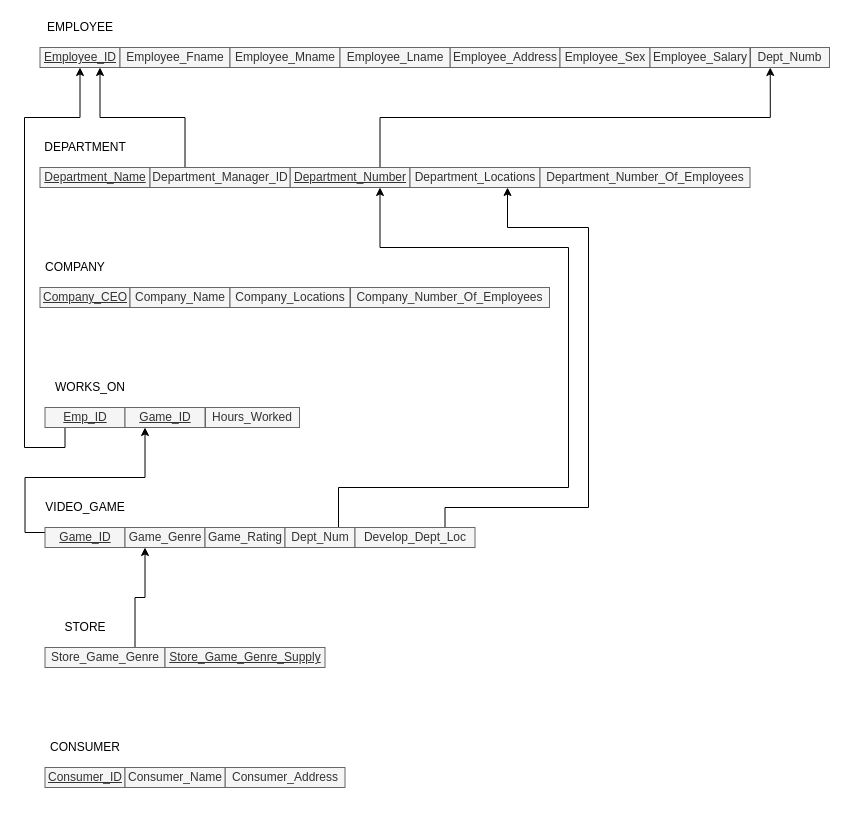
Above: page "DB_Schema" (2 of 2) of Computer_Science_CS/4700_Database_Management/Database Management Project Enitity Relationship Diagram.drawio in CameronWFox/College_Courses (draw.io), before the change. Source tidied: cells renumbered, new cells numbered last; positions are measured from the earlier drawing's top-left corner, leaving out a move shared by most shapes. Both pictures are drawn from the tidied source at 100%, with x=0, y=0 at pixel (24, 17).
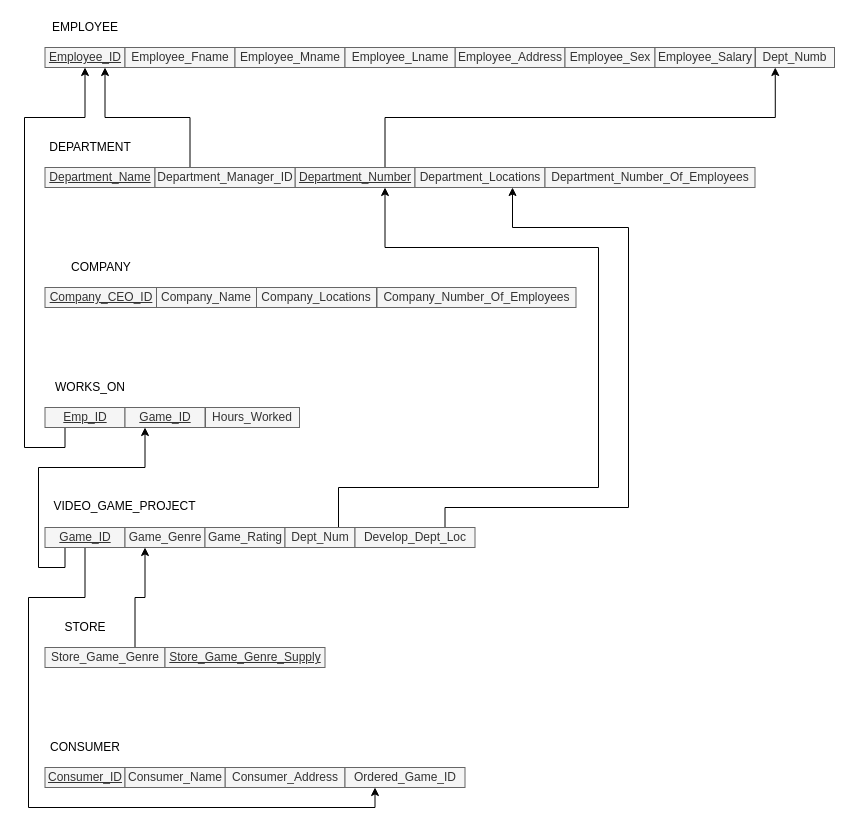
The same diagram, later.

Unchanged cells that the change refers to:
```xml
<mxCell id="11" value="Game_ID" style="text;html=1;align=center;verticalAlign=middle;whiteSpace=wrap;rounded=0;fillColor=#f5f5f5;strokeColor=#666666;fontColor=#333333;fontStyle=4;" parent="1" vertex="1">
  <mxGeometry x="20.5" y="510" width="80" height="20" as="geometry" />
</mxCell>
<mxCell id="36" value="Emp_ID" style="text;html=1;align=center;verticalAlign=middle;whiteSpace=wrap;rounded=0;fillColor=#f5f5f5;strokeColor=#666666;fontColor=#333333;fontStyle=4;" parent="1" vertex="1">
  <mxGeometry x="20.5" y="390" width="80" height="20" as="geometry" />
</mxCell>
<mxCell id="37" value="Game_ID" style="text;html=1;align=center;verticalAlign=middle;whiteSpace=wrap;rounded=0;fillColor=#f5f5f5;strokeColor=#666666;fontColor=#333333;fontStyle=4;" parent="1" vertex="1">
  <mxGeometry x="100.5" y="390" width="80" height="20" as="geometry" />
</mxCell>
<mxCell id="39" value="Dept_Num" style="text;html=1;align=center;verticalAlign=middle;whiteSpace=wrap;rounded=0;fillColor=#f5f5f5;strokeColor=#666666;fontColor=#333333;fontStyle=0;" parent="1" vertex="1">
  <mxGeometry x="260.5" y="510" width="70" height="20" as="geometry" />
</mxCell>
<mxCell id="41" value="Develop_Dept_Loc" style="text;html=1;align=center;verticalAlign=middle;whiteSpace=wrap;rounded=0;fillColor=#f5f5f5;strokeColor=#666666;fontColor=#333333;" parent="1" vertex="1">
  <mxGeometry x="330.5" y="510" width="120" height="20" as="geometry" />
</mxCell>
```

Change to the diagram source:
```diff
@@
     <mxCell id="2" value="DEPARTMENT" style="text;html=1;strokeColor=none;fillColor=none;align=center;verticalAlign=middle;whiteSpace=wrap;rounded=0;" parent="1" vertex="1">
-      <mxGeometry x="15.5" y="120" width="90" height="20" as="geometry" />
+      <mxGeometry x="20.5" y="120" width="90" height="20" as="geometry" />
     </mxCell>
     <mxCell id="3" value="EMPLOYEE" style="text;html=1;strokeColor=none;fillColor=none;align=center;verticalAlign=middle;whiteSpace=wrap;rounded=0;" parent="1" vertex="1">
-      <mxGeometry x="15.5" width="80" height="20" as="geometry" />
+      <mxGeometry x="20.5" width="80" height="20" as="geometry" />
     </mxCell>
     <mxCell id="4" value="COMPANY" style="text;html=1;strokeColor=none;fillColor=none;align=center;verticalAlign=middle;whiteSpace=wrap;rounded=0;" parent="1" vertex="1">
-      <mxGeometry x="15.5" y="240" width="70" height="20" as="geometry" />
+      <mxGeometry x="42" y="240" width="70" height="20" as="geometry" />
     </mxCell>
-    <mxCell id="5" value="VIDEO_GAME" style="text;html=1;strokeColor=none;fillColor=none;align=center;verticalAlign=middle;whiteSpace=wrap;rounded=0;" parent="1" vertex="1">
-      <mxGeometry x="15.5" y="480" width="90" height="20" as="geometry" />
+    <mxCell id="5" value="VIDEO_GAME_PROJECT" style="text;html=1;strokeColor=none;fillColor=none;align=center;verticalAlign=middle;whiteSpace=wrap;rounded=0;" parent="1" vertex="1">
+      <mxGeometry x="20.5" y="479" width="159" height="20" as="geometry" />
     </mxCell>
@@
     <mxCell id="7" value="Employee_ID" style="text;html=1;align=center;verticalAlign=middle;whiteSpace=wrap;rounded=0;fillColor=#f5f5f5;strokeColor=#666666;fontColor=#333333;fontStyle=4;" parent="1" vertex="1">
-      <mxGeometry x="15.5" y="30" width="80" height="20" as="geometry" />
+      <mxGeometry x="20.5" y="30" width="80" height="20" as="geometry" />
     </mxCell>
     <mxCell id="8" value="Department_Name" style="text;html=1;align=center;verticalAlign=middle;whiteSpace=wrap;rounded=0;fillColor=#f5f5f5;strokeColor=#666666;fontColor=#333333;fontStyle=4;" parent="1" vertex="1">
-      <mxGeometry x="15.5" y="150" width="110" height="20" as="geometry" />
+      <mxGeometry x="20.5" y="150" width="110" height="20" as="geometry" />
     </mxCell>
-    <mxCell id="9" value="Company_CEO" style="text;html=1;align=center;verticalAlign=middle;whiteSpace=wrap;rounded=0;fillColor=#f5f5f5;strokeColor=#666666;fontColor=#333333;fontStyle=4;" parent="1" vertex="1">
-      <mxGeometry x="15.5" y="270" width="90" height="20" as="geometry" />
+    <mxCell id="9" value="Company_CEO_ID" style="text;html=1;align=center;verticalAlign=middle;whiteSpace=wrap;rounded=0;fillColor=#f5f5f5;strokeColor=#666666;fontColor=#333333;fontStyle=4;" parent="1" vertex="1">
+      <mxGeometry x="20.5" y="270" width="112" height="20" as="geometry" />
     </mxCell>
+    <mxCell id="46" style="edgeStyle=orthogonalEdgeStyle;rounded=0;jettySize=auto;html=1;exitX=0.5;exitY=1;exitDx=0;exitDy=0;entryX=0.25;entryY=1;entryDx=0;entryDy=0;startArrow=none;startFill=0;endArrow=classic;endFill=1;" parent="1" edge="1" source="11" target="47">
+      <mxGeometry relative="1" as="geometry">
+        <Array as="points">
+          <mxPoint x="60" y="580" />
+          <mxPoint x="4" y="580" />
+          <mxPoint x="4" y="790" />
+          <mxPoint x="351" y="790" />
+        </Array>
+      </mxGeometry>
+    </mxCell>
-    <mxCell id="10" style="edgeStyle=orthogonalEdgeStyle;rounded=0;jettySize=auto;html=1;exitX=0;exitY=0.25;exitDx=0;exitDy=0;entryX=0.25;entryY=1;entryDx=0;entryDy=0;startArrow=none;startFill=0;endArrow=classic;endFill=1;" parent="1" edge="1" source="11" target="37">
-      <mxGeometry relative="1" as="geometry" />
+    <mxCell id="10" style="edgeStyle=orthogonalEdgeStyle;rounded=0;jettySize=auto;html=1;exitX=0.25;exitY=1;exitDx=0;exitDy=0;entryX=0.25;entryY=1;entryDx=0;entryDy=0;startArrow=none;startFill=0;endArrow=classic;endFill=1;" parent="1" edge="1" source="11" target="37">
+      <mxGeometry relative="1" as="geometry">
+        <Array as="points">
+          <mxPoint x="40" y="550" />
+          <mxPoint x="14" y="550" />
+          <mxPoint x="14" y="450" />
+          <mxPoint x="120" y="450" />
+        </Array>
+      </mxGeometry>
     </mxCell>
@@
     <mxCell id="13" value="Employee_Fname" style="text;html=1;align=center;verticalAlign=middle;whiteSpace=wrap;rounded=0;fillColor=#f5f5f5;strokeColor=#666666;fontColor=#333333;" parent="1" vertex="1">
-      <mxGeometry x="95.5" y="30" width="110" height="20" as="geometry" />
+      <mxGeometry x="100.5" y="30" width="110" height="20" as="geometry" />
     </mxCell>
     <mxCell id="14" value="Employee_Address" style="text;html=1;align=center;verticalAlign=middle;whiteSpace=wrap;rounded=0;fillColor=#f5f5f5;strokeColor=#666666;fontColor=#333333;" parent="1" vertex="1">
-      <mxGeometry x="425.5" y="30" width="110" height="20" as="geometry" />
+      <mxGeometry x="430.5" y="30" width="110" height="20" as="geometry" />
     </mxCell>
     <mxCell id="15" value="Employee_Sex" style="text;html=1;align=center;verticalAlign=middle;whiteSpace=wrap;rounded=0;fillColor=#f5f5f5;strokeColor=#666666;fontColor=#333333;" parent="1" vertex="1">
-      <mxGeometry x="535.5" y="30" width="90" height="20" as="geometry" />
+      <mxGeometry x="540.5" y="30" width="90" height="20" as="geometry" />
     </mxCell>
     <mxCell id="16" value="Employee_Salary" style="text;html=1;align=center;verticalAlign=middle;whiteSpace=wrap;rounded=0;fillColor=#f5f5f5;strokeColor=#666666;fontColor=#333333;" parent="1" vertex="1">
-      <mxGeometry x="625.5" y="30" width="100" height="20" as="geometry" />
+      <mxGeometry x="630.5" y="30" width="100" height="20" as="geometry" />
     </mxCell>
@@
     <mxCell id="18" value="Department_Number" style="text;html=1;align=center;verticalAlign=middle;whiteSpace=wrap;rounded=0;fillColor=#f5f5f5;strokeColor=#666666;fontColor=#333333;fontStyle=4;" parent="1" vertex="1">
-      <mxGeometry x="265.5" y="150" width="120" height="20" as="geometry" />
+      <mxGeometry x="270.5" y="150" width="120" height="20" as="geometry" />
     </mxCell>
     <mxCell id="19" value="Department_Locations" style="text;html=1;align=center;verticalAlign=middle;whiteSpace=wrap;rounded=0;fillColor=#f5f5f5;strokeColor=#666666;fontColor=#333333;" parent="1" vertex="1">
-      <mxGeometry x="385.5" y="150" width="130" height="20" as="geometry" />
+      <mxGeometry x="390.5" y="150" width="130" height="20" as="geometry" />
     </mxCell>
     <mxCell id="20" value="Department_Number_Of_Employees" style="text;html=1;align=center;verticalAlign=middle;whiteSpace=wrap;rounded=0;fillColor=#f5f5f5;strokeColor=#666666;fontColor=#333333;" parent="1" vertex="1">
-      <mxGeometry x="515.5" y="150" width="210" height="20" as="geometry" />
+      <mxGeometry x="520.5" y="150" width="210" height="20" as="geometry" />
     </mxCell>
     <mxCell id="21" value="Company_Name" style="text;html=1;align=center;verticalAlign=middle;whiteSpace=wrap;rounded=0;fillColor=#f5f5f5;strokeColor=#666666;fontColor=#333333;" parent="1" vertex="1">
-      <mxGeometry x="105.5" y="270" width="100" height="20" as="geometry" />
+      <mxGeometry x="132" y="270" width="100" height="20" as="geometry" />
     </mxCell>
     <mxCell id="22" value="Company_Locations" style="text;html=1;align=center;verticalAlign=middle;whiteSpace=wrap;rounded=0;fillColor=#f5f5f5;strokeColor=#666666;fontColor=#333333;" parent="1" vertex="1">
-      <mxGeometry x="205.5" y="270" width="120" height="20" as="geometry" />
+      <mxGeometry x="232" y="270" width="120" height="20" as="geometry" />
     </mxCell>
     <mxCell id="23" value="Company_Number_Of_Employees" style="text;html=1;align=center;verticalAlign=middle;whiteSpace=wrap;rounded=0;fillColor=#f5f5f5;strokeColor=#666666;fontColor=#333333;" parent="1" vertex="1">
-      <mxGeometry x="326" y="270" width="199" height="20" as="geometry" />
+      <mxGeometry x="352.5" y="270" width="199" height="20" as="geometry" />
     </mxCell>
     <mxCell id="24" value="Employee_Mname" style="text;html=1;align=center;verticalAlign=middle;whiteSpace=wrap;rounded=0;fillColor=#f5f5f5;strokeColor=#666666;fontColor=#333333;" parent="1" vertex="1">
-      <mxGeometry x="205.5" y="30" width="110" height="20" as="geometry" />
+      <mxGeometry x="210.5" y="30" width="110" height="20" as="geometry" />
     </mxCell>
     <mxCell id="25" value="Employee_Lname" style="text;html=1;align=center;verticalAlign=middle;whiteSpace=wrap;rounded=0;fillColor=#f5f5f5;strokeColor=#666666;fontColor=#333333;" parent="1" vertex="1">
-      <mxGeometry x="315.5" y="30" width="110" height="20" as="geometry" />
+      <mxGeometry x="320.5" y="30" width="110" height="20" as="geometry" />
     </mxCell>
@@
     <mxCell id="35" style="edgeStyle=orthogonalEdgeStyle;rounded=0;jettySize=auto;html=1;exitX=0.25;exitY=1;exitDx=0;exitDy=0;startArrow=none;startFill=0;endArrow=classic;endFill=1;entryX=0.5;entryY=1;entryDx=0;entryDy=0;" parent="1" edge="1" source="36" target="7">
       <mxGeometry relative="1" as="geometry">
         <Array as="points">
           <mxPoint x="40" y="430" />
           <mxPoint y="430" />
           <mxPoint y="100" />
-          <mxPoint x="55" y="100" />
+          <mxPoint x="60" y="100" />
         </Array>
       </mxGeometry>
     </mxCell>
@@
     <mxCell id="38" style="edgeStyle=orthogonalEdgeStyle;rounded=0;jettySize=auto;html=1;exitX=0.75;exitY=0;exitDx=0;exitDy=0;entryX=0.75;entryY=1;entryDx=0;entryDy=0;startArrow=none;startFill=0;endArrow=classic;endFill=1;" parent="1" edge="1" source="39" target="18">
       <mxGeometry relative="1" as="geometry">
         <Array as="points">
           <mxPoint x="314" y="470" />
-          <mxPoint x="544" y="470" />
-          <mxPoint x="544" y="230" />
-          <mxPoint x="355" y="230" />
+          <mxPoint x="574" y="470" />
+          <mxPoint x="574" y="230" />
+          <mxPoint x="360" y="230" />
         </Array>
       </mxGeometry>
     </mxCell>
@@
     <mxCell id="40" style="edgeStyle=orthogonalEdgeStyle;rounded=0;jettySize=auto;html=1;exitX=0.75;exitY=0;exitDx=0;exitDy=0;entryX=0.75;entryY=1;entryDx=0;entryDy=0;startArrow=none;startFill=0;endArrow=classic;endFill=1;" parent="1" edge="1" source="41" target="19">
       <mxGeometry relative="1" as="geometry">
         <Array as="points">
           <mxPoint x="420" y="490" />
-          <mxPoint x="564" y="490" />
-          <mxPoint x="564" y="210" />
-          <mxPoint x="483" y="210" />
+          <mxPoint x="604" y="490" />
+          <mxPoint x="604" y="210" />
+          <mxPoint x="488" y="210" />
         </Array>
       </mxGeometry>
     </mxCell>
@@
     <mxCell id="43" value="Dept_Numb" style="text;html=1;align=center;verticalAlign=middle;whiteSpace=wrap;rounded=0;fillColor=#f5f5f5;strokeColor=#666666;fontColor=#333333;" parent="1" vertex="1">
-      <mxGeometry x="726" y="30" width="79" height="20" as="geometry" />
+      <mxGeometry x="731" y="30" width="79" height="20" as="geometry" />
     </mxCell>
@@
     <mxCell id="45" value="Department_Manager_ID" style="text;html=1;align=center;verticalAlign=middle;whiteSpace=wrap;rounded=0;fillColor=#f5f5f5;strokeColor=#666666;fontColor=#333333;" parent="1" vertex="1">
-      <mxGeometry x="125.5" y="150" width="140" height="20" as="geometry" />
+      <mxGeometry x="130.5" y="150" width="140" height="20" as="geometry" />
     </mxCell>
+    <mxCell id="47" value="Ordered_Game_ID" style="text;html=1;align=center;verticalAlign=middle;whiteSpace=wrap;rounded=0;fillColor=#f5f5f5;strokeColor=#666666;fontColor=#333333;fontStyle=0;" parent="1" vertex="1">
+      <mxGeometry x="320.5" y="750" width="120" height="20" as="geometry" />
+    </mxCell>
```
